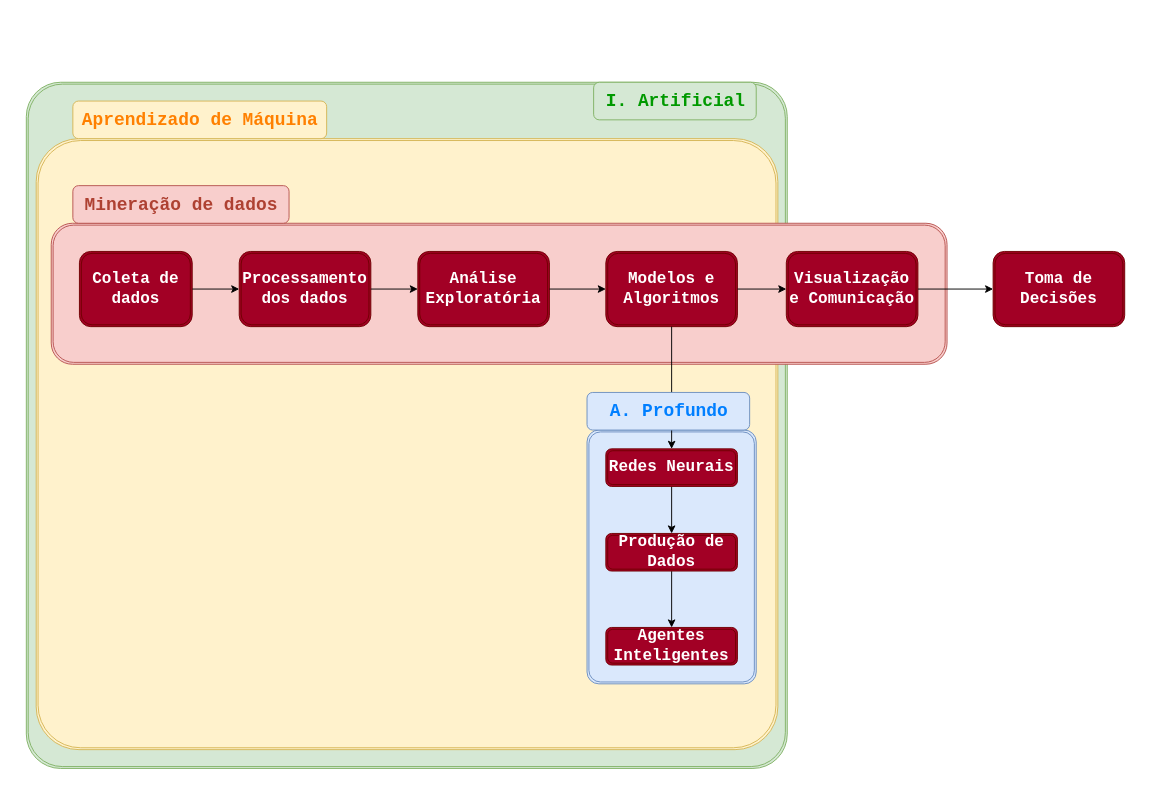
Before: docs/STA13848/images/data_science_vs_ML.drawio in ffajardo64/statistical_learning_old, a draw.io diagram. Source tidied: cells renumbered, new cells numbered last; positions are measured from the earlier drawing's top-left corner, leaving out a move shared by most shapes. Both pictures are drawn from the tidied source at 94%, with x=0, y=0 at pixel (25, 82).
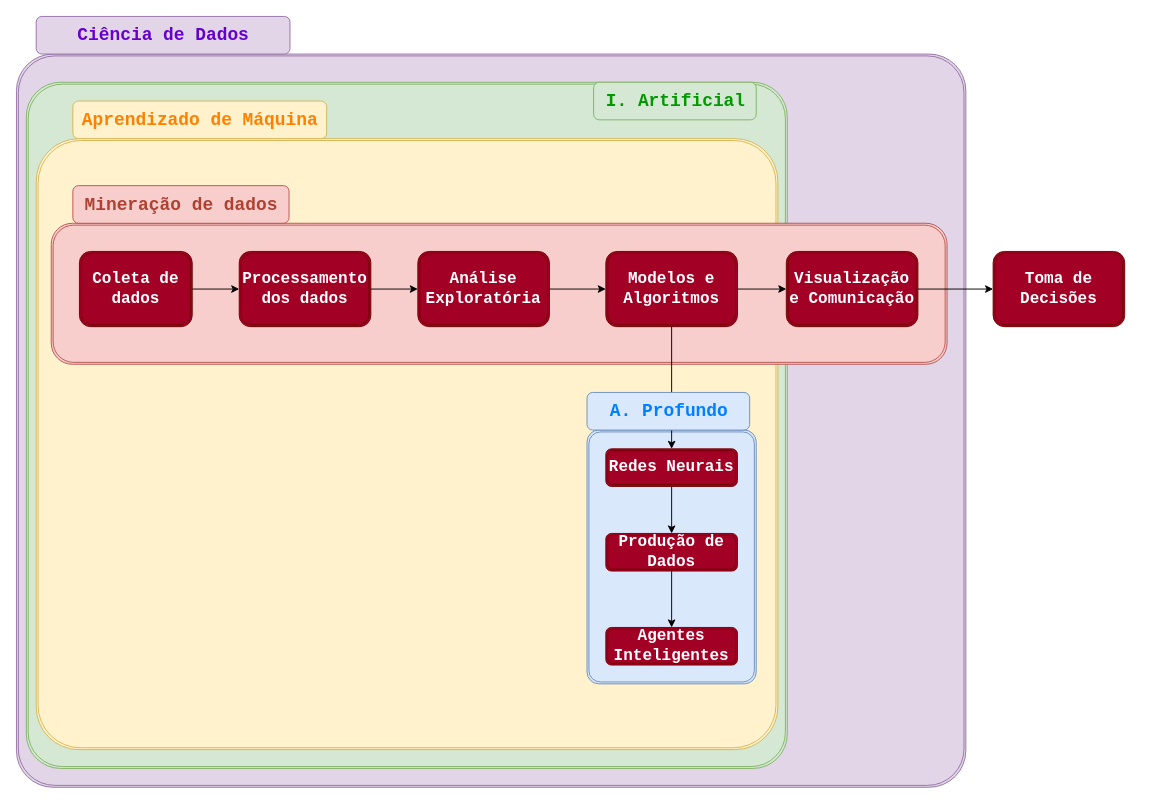
After the change.

The edit, as a diff of the source:
```diff
@@
+    <mxCell id="28" style="shape=ext;double=1;rounded=1;whiteSpace=wrap;html=1;shadow=0;fillStyle=auto;fontFamily=Courier New;fontSize=19;strokeColor=#9673a6;fillColor=#e1d5e7;arcSize=5;" parent="1" vertex="1">
+      <mxGeometry x="-10" y="-30" width="1010" height="780" as="geometry" />
+    </mxCell>
@@
+    <mxCell id="29" value="&lt;font style=&quot;font-size: 19px&quot; color=&quot;#6600CC&quot;&gt;Ciência de Dados&lt;br&gt;&lt;/font&gt;" style="text;strokeColor=#9673a6;fillColor=#e1d5e7;html=1;fontSize=24;fontStyle=1;verticalAlign=middle;align=center;rounded=1;shadow=0;fillStyle=auto;fontFamily=Courier New;" parent="1" vertex="1">
+      <mxGeometry x="11" y="-70" width="270" height="40" as="geometry" />
+    </mxCell>
```
